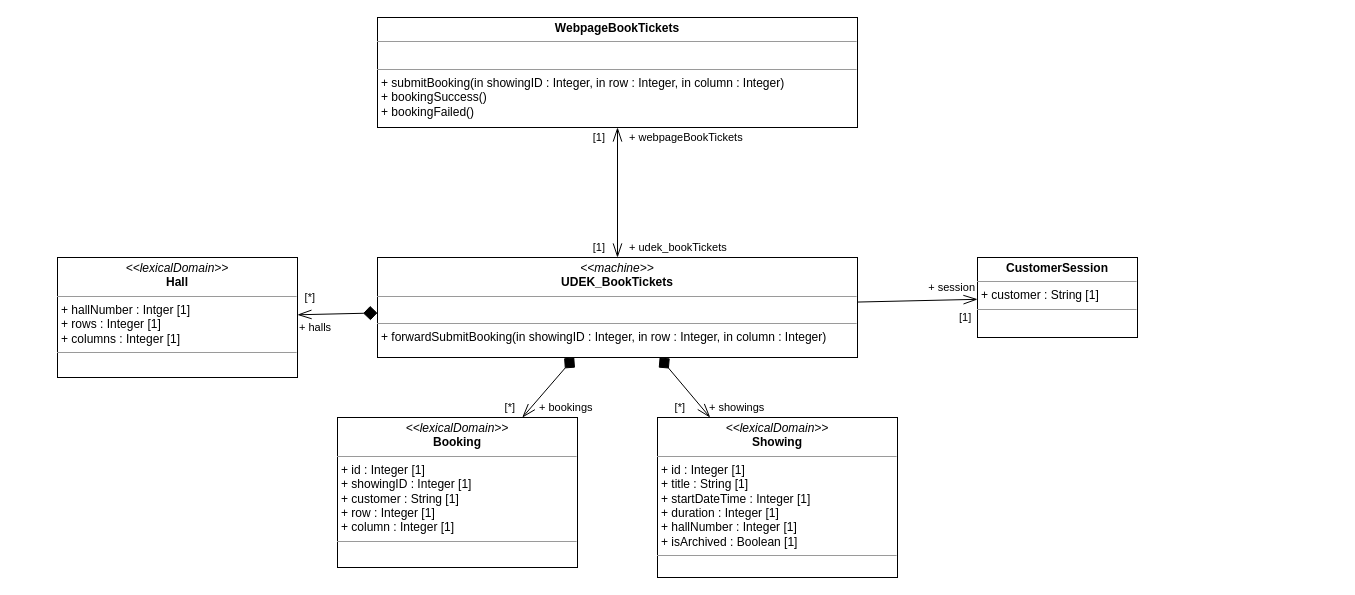
melvdlin/swtlab keeps this draw.io diagram as a07_class_diagram_BookTickets.drawio. Above is the earlier version. Source tidied: cells renumbered, new cells numbered last; positions are measured from the earlier drawing's top-left corner, leaving out a move shared by most shapes. Both pictures are drawn from the tidied source at 100%, with x=0, y=0 at pixel (57, 17).
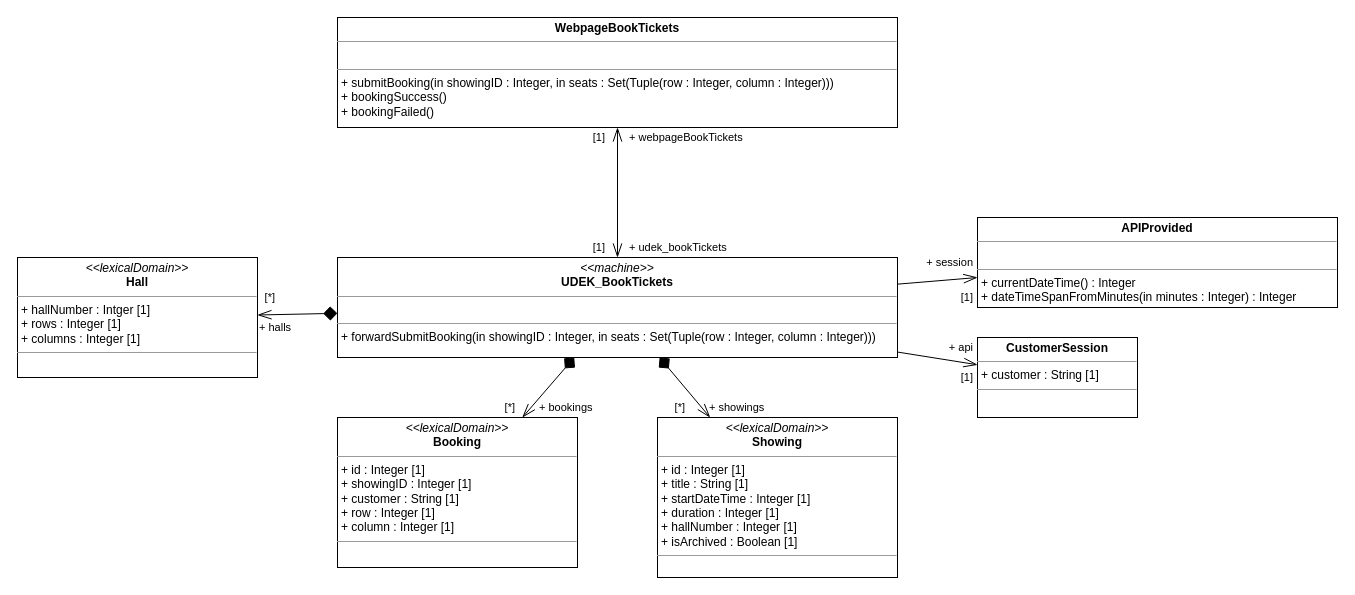
After the change.

Diff of the diagram source:
```diff
@@
-    <mxCell id="6" value="&lt;p style=&quot;margin: 0px ; margin-top: 4px ; text-align: center&quot;&gt;&lt;i&gt;&amp;lt;&amp;lt;machine&amp;gt;&amp;gt;&lt;/i&gt;&lt;br&gt;&lt;b&gt;UDEK_BookTickets&lt;/b&gt;&lt;/p&gt;&lt;hr size=&quot;1&quot;&gt;&lt;p style=&quot;margin: 0px ; margin-left: 4px&quot;&gt;&lt;br&gt;&lt;/p&gt;&lt;hr size=&quot;1&quot;&gt;&lt;p style=&quot;margin: 0px ; margin-left: 4px&quot;&gt;+ forwardSubmitBooking(in showingID : Integer, in row : Integer, in column : Integer)&lt;/p&gt;" style="verticalAlign=top;align=left;overflow=fill;fontSize=12;fontFamily=Helvetica;html=1;rounded=0;shadow=0;glass=0;comic=0;sketch=0;fontColor=default;gradientColor=none;" parent="1" vertex="1">
-      <mxGeometry x="320" y="240" width="480" height="100" as="geometry" />
+    <mxCell id="6" value="&lt;p style=&quot;margin: 0px ; margin-top: 4px ; text-align: center&quot;&gt;&lt;i&gt;&amp;lt;&amp;lt;machine&amp;gt;&amp;gt;&lt;/i&gt;&lt;br&gt;&lt;b&gt;UDEK_BookTickets&lt;/b&gt;&lt;/p&gt;&lt;hr size=&quot;1&quot;&gt;&lt;p style=&quot;margin: 0px ; margin-left: 4px&quot;&gt;&lt;br&gt;&lt;/p&gt;&lt;hr size=&quot;1&quot;&gt;&lt;p style=&quot;margin: 0px ; margin-left: 4px&quot;&gt;+ forwardSubmitBooking(in showingID : Integer, in seats : Set(Tuple(row : Integer, column : Integer)))&lt;/p&gt;" style="verticalAlign=top;align=left;overflow=fill;fontSize=12;fontFamily=Helvetica;html=1;rounded=0;shadow=0;glass=0;comic=0;sketch=0;fontColor=default;gradientColor=none;" parent="1" vertex="1">
+      <mxGeometry x="280" y="240" width="560" height="100" as="geometry" />
     </mxCell>
@@
-    <mxCell id="8" value="&lt;p style=&quot;margin: 0px ; margin-top: 4px ; text-align: center&quot;&gt;&lt;b&gt;WebpageBookTickets&lt;/b&gt;&lt;/p&gt;&lt;hr size=&quot;1&quot;&gt;&lt;p style=&quot;margin: 0px ; margin-left: 4px&quot;&gt;&lt;br&gt;&lt;/p&gt;&lt;hr size=&quot;1&quot;&gt;&lt;p style=&quot;margin: 0px ; margin-left: 4px&quot;&gt;+ submitBooking(in showingID : Integer, in row : Integer, in column : Integer)&lt;/p&gt;&lt;p style=&quot;margin: 0px ; margin-left: 4px&quot;&gt;+ bookingSuccess()&lt;/p&gt;&lt;p style=&quot;margin: 0px ; margin-left: 4px&quot;&gt;+ bookingFailed()&lt;/p&gt;" style="verticalAlign=top;align=left;overflow=fill;fontSize=12;fontFamily=Helvetica;html=1;rounded=0;shadow=0;glass=0;comic=0;sketch=0;fontColor=default;gradientColor=none;" parent="1" vertex="1">
-      <mxGeometry x="320" width="480" height="110" as="geometry" />
+    <mxCell id="8" value="&lt;p style=&quot;margin: 0px ; margin-top: 4px ; text-align: center&quot;&gt;&lt;b&gt;WebpageBookTickets&lt;/b&gt;&lt;/p&gt;&lt;hr size=&quot;1&quot;&gt;&lt;p style=&quot;margin: 0px ; margin-left: 4px&quot;&gt;&lt;br&gt;&lt;/p&gt;&lt;hr size=&quot;1&quot;&gt;&lt;p style=&quot;margin: 0px ; margin-left: 4px&quot;&gt;+ submitBooking(in showingID : Integer, in seats : Set(Tuple(row : Integer, column : Integer)))&lt;/p&gt;&lt;p style=&quot;margin: 0px ; margin-left: 4px&quot;&gt;+ bookingSuccess()&lt;/p&gt;&lt;p style=&quot;margin: 0px ; margin-left: 4px&quot;&gt;+ bookingFailed()&lt;/p&gt;" style="verticalAlign=top;align=left;overflow=fill;fontSize=12;fontFamily=Helvetica;html=1;rounded=0;shadow=0;glass=0;comic=0;sketch=0;fontColor=default;gradientColor=none;" parent="1" vertex="1">
+      <mxGeometry x="280" width="560" height="110" as="geometry" />
     </mxCell>
@@
     <mxCell id="11" value="&lt;p style=&quot;margin: 0px ; margin-top: 4px ; text-align: center&quot;&gt;&lt;i&gt;&amp;lt;&amp;lt;lexicalDomain&amp;gt;&amp;gt;&lt;/i&gt;&lt;br&gt;&lt;b&gt;Hall&lt;/b&gt;&lt;/p&gt;&lt;hr size=&quot;1&quot;&gt;&lt;p style=&quot;margin: 0px 0px 0px 4px&quot;&gt;+ hallNumber : Intger [1]&lt;/p&gt;&lt;p style=&quot;margin: 0px 0px 0px 4px&quot;&gt;+ rows&lt;span&gt;&amp;nbsp;: Integer [1]&lt;/span&gt;&lt;/p&gt;&lt;p style=&quot;margin: 0px 0px 0px 4px&quot;&gt;+ columns : Integer [1]&lt;/p&gt;&lt;hr size=&quot;1&quot;&gt;&lt;p style=&quot;margin: 0px ; margin-left: 4px&quot;&gt;&lt;br&gt;&lt;/p&gt;" style="verticalAlign=top;align=left;overflow=fill;fontSize=12;fontFamily=Helvetica;html=1;rounded=0;shadow=0;glass=0;comic=0;sketch=0;fontColor=default;gradientColor=none;" parent="1" vertex="1">
-      <mxGeometry y="240" width="240" height="120" as="geometry" />
+      <mxGeometry x="-40" y="240" width="240" height="120" as="geometry" />
     </mxCell>
     <mxCell id="12" value="[*]" style="text;html=1;strokeColor=none;fillColor=none;align=right;verticalAlign=middle;whiteSpace=wrap;rounded=0;fontFamily=Helvetica;fontSize=11;fontColor=default;" parent="1" vertex="1">
-      <mxGeometry x="240" y="270" width="20" height="20" as="geometry" />
+      <mxGeometry x="200" y="270" width="20" height="20" as="geometry" />
     </mxCell>
@@
     <mxCell id="16" value="+ halls" style="text;html=1;strokeColor=none;fillColor=none;align=left;verticalAlign=middle;whiteSpace=wrap;rounded=0;fontFamily=Helvetica;fontSize=11;fontColor=default;" parent="1" vertex="1">
-      <mxGeometry x="240" y="300" width="60" height="20" as="geometry" />
+      <mxGeometry x="200" y="300" width="60" height="20" as="geometry" />
     </mxCell>
@@
     <mxCell id="22" value="&lt;p style=&quot;margin: 0px ; margin-top: 4px ; text-align: center&quot;&gt;&lt;b&gt;CustomerSession&lt;/b&gt;&lt;/p&gt;&lt;hr size=&quot;1&quot;&gt;&lt;p style=&quot;margin: 0px ; margin-left: 4px&quot;&gt;+ customer : String [1]&lt;/p&gt;&lt;hr size=&quot;1&quot;&gt;&lt;p style=&quot;margin: 0px ; margin-left: 4px&quot;&gt;&lt;br&gt;&lt;/p&gt;" style="verticalAlign=top;align=left;overflow=fill;fontSize=12;fontFamily=Helvetica;html=1;rounded=0;shadow=0;glass=0;comic=0;sketch=0;fontColor=default;gradientColor=none;" parent="1" vertex="1">
-      <mxGeometry x="920" y="240" width="160" height="80" as="geometry" />
+      <mxGeometry x="920" y="320" width="160" height="80" as="geometry" />
     </mxCell>
-    <mxCell id="23" value="[1]" style="text;html=1;strokeColor=none;fillColor=none;align=left;verticalAlign=middle;whiteSpace=wrap;rounded=0;fontFamily=Helvetica;fontSize=11;fontColor=default;" parent="1" vertex="1">
-      <mxGeometry x="900" y="290" width="20" height="20" as="geometry" />
+    <mxCell id="23" value="[1]" style="text;html=1;strokeColor=none;fillColor=none;align=right;verticalAlign=middle;whiteSpace=wrap;rounded=0;fontFamily=Helvetica;fontSize=11;fontColor=default;spacingRight=2;" parent="1" vertex="1">
+      <mxGeometry x="900" y="350" width="20" height="20" as="geometry" />
     </mxCell>
-    <mxCell id="24" value="+ session" style="text;html=1;strokeColor=none;fillColor=none;align=right;verticalAlign=middle;whiteSpace=wrap;rounded=0;fontFamily=Helvetica;fontSize=11;fontColor=default;" parent="1" vertex="1">
-      <mxGeometry x="860" y="260" width="60" height="20" as="geometry" />
+    <mxCell id="24" value="+ session" style="text;html=1;strokeColor=none;fillColor=none;align=right;verticalAlign=middle;whiteSpace=wrap;rounded=0;fontFamily=Helvetica;fontSize=11;fontColor=default;spacingRight=2;" parent="1" vertex="1">
+      <mxGeometry x="860" y="235" width="60" height="20" as="geometry" />
     </mxCell>
+    <mxCell id="25" value="&lt;p style=&quot;margin: 0px ; margin-top: 4px ; text-align: center&quot;&gt;&lt;b&gt;APIProvided&lt;/b&gt;&lt;/p&gt;&lt;hr size=&quot;1&quot;&gt;&lt;p style=&quot;margin: 0px ; margin-left: 4px&quot;&gt;&lt;br&gt;&lt;/p&gt;&lt;hr size=&quot;1&quot;&gt;&lt;p style=&quot;margin: 0px ; margin-left: 4px&quot;&gt;+ currentDateTime() : Integer&lt;/p&gt;&lt;p style=&quot;margin: 0px ; margin-left: 4px&quot;&gt;+ dateTimeSpanFromMinutes(in minutes : Integer) : Integer&lt;/p&gt;" style="verticalAlign=top;align=left;overflow=fill;fontSize=12;fontFamily=Helvetica;html=1;" parent="1" vertex="1">
+      <mxGeometry x="920" y="200" width="360" height="90" as="geometry" />
+    </mxCell>
+    <mxCell id="26" style="rounded=0;jettySize=auto;html=1;startArrow=none;startFill=0;endArrow=openThin;endFill=0;endSize=12;startSize=12;" parent="1" edge="1" source="6" target="25">
+      <mxGeometry relative="1" as="geometry" />
+    </mxCell>
+    <mxCell id="27" value="[1]" style="text;html=1;strokeColor=none;fillColor=none;align=right;verticalAlign=middle;whiteSpace=wrap;rounded=0;fontFamily=Helvetica;fontSize=11;fontColor=default;spacingRight=2;" parent="1" vertex="1">
+      <mxGeometry x="900" y="270" width="20" height="20" as="geometry" />
+    </mxCell>
+    <mxCell id="28" value="+ api" style="text;html=1;strokeColor=none;fillColor=none;align=right;verticalAlign=middle;whiteSpace=wrap;rounded=0;fontFamily=Helvetica;fontSize=11;fontColor=default;spacingRight=2;" parent="1" vertex="1">
+      <mxGeometry x="890" y="320" width="30" height="20" as="geometry" />
+    </mxCell>
```
